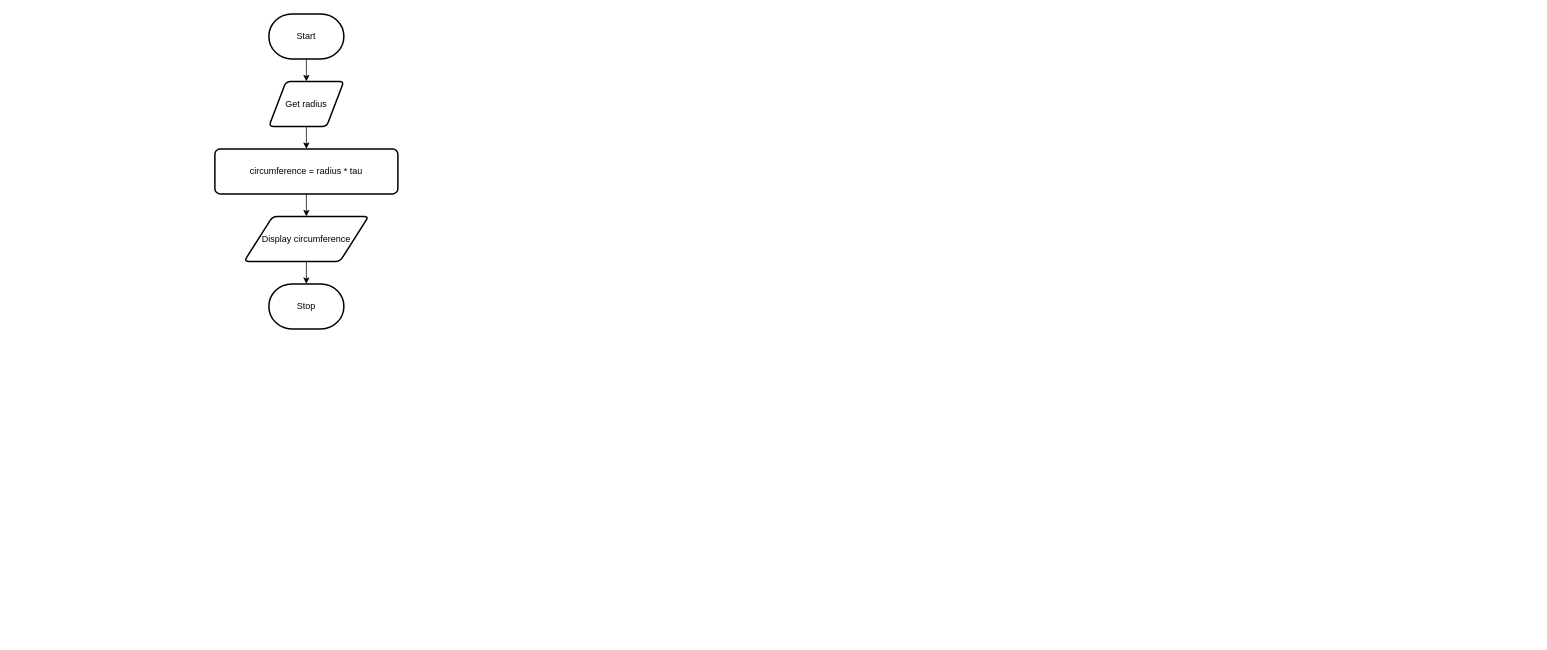
Samuel-Webster-178/ICS3U-Assignment-04-Python keeps this draw.io diagram as page "Flowchart" (1 of 2) of design.drawio. Above is the earlier version. Source tidied: cells renumbered, new cells numbered last; positions are measured from the earlier drawing's top-left corner, leaving out a move shared by most shapes. Both pictures are drawn from the tidied source at 75%, with x=0, y=0 at pixel (214, 14).
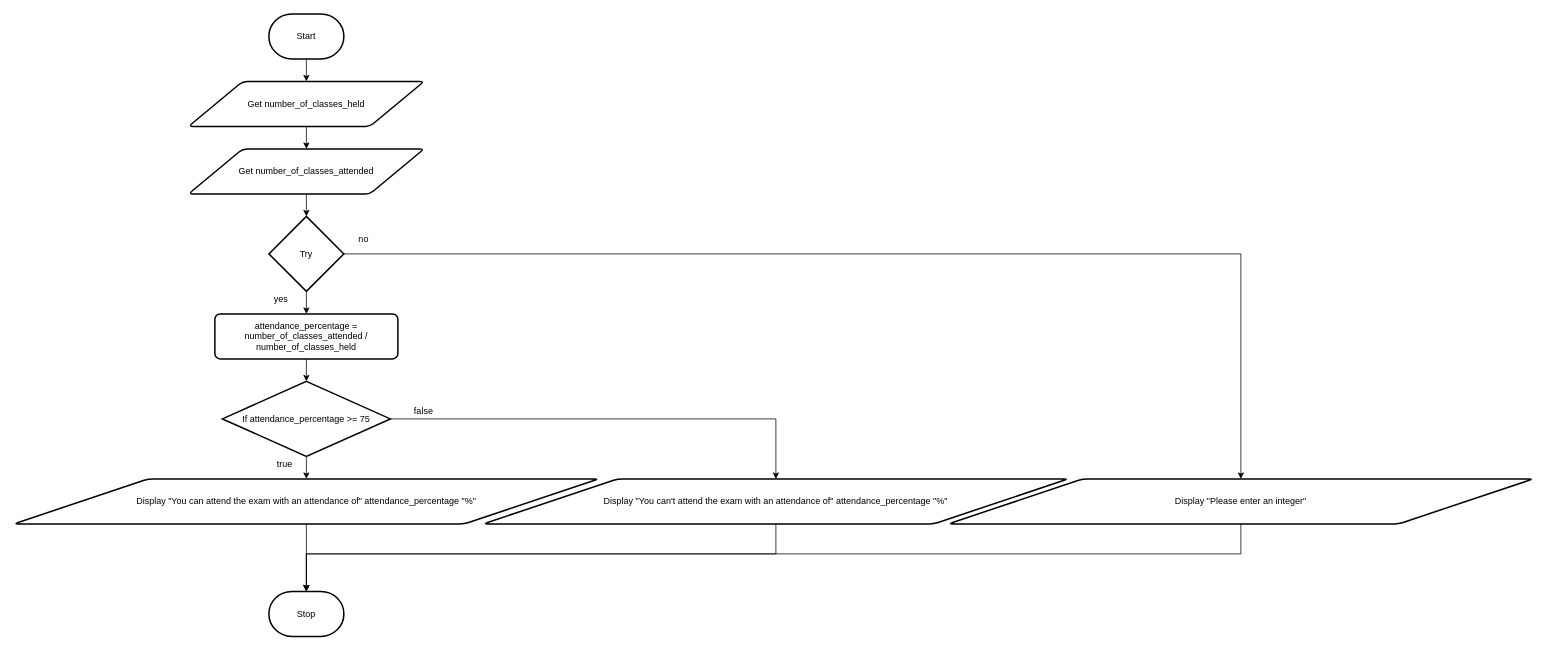
Above is the later version.

The edit, as a diff of the source:
```diff
@@
-    <mxCell id="4" style="edgeStyle=none;html=1;" parent="1" edge="1" source="5" target="7">
-      <mxGeometry relative="1" as="geometry" />
-    </mxCell>
+    <mxCell id="11" style="edgeStyle=orthogonalEdgeStyle;rounded=0;html=1;" parent="1" edge="1" source="5" target="14">
+      <mxGeometry relative="1" as="geometry" />
+    </mxCell>
-    <mxCell id="5" value="Get radius" style="shape=parallelogram;html=1;strokeWidth=2;perimeter=parallelogramPerimeter;whiteSpace=wrap;rounded=1;arcSize=12;size=0.23;" parent="1" vertex="1">
-      <mxGeometry x="72" y="90" width="100" height="60" as="geometry" />
+    <mxCell id="5" value="Get number_of_classes_held" style="shape=parallelogram;html=1;strokeWidth=2;perimeter=parallelogramPerimeter;whiteSpace=wrap;rounded=1;arcSize=12;size=0.23;" parent="1" vertex="1">
+      <mxGeometry x="-35" y="90" width="314" height="60" as="geometry" />
     </mxCell>
-    <mxCell id="6" style="edgeStyle=none;html=1;" parent="1" edge="1" source="7" target="9">
-      <mxGeometry relative="1" as="geometry" />
-    </mxCell>
+    <mxCell id="12" style="edgeStyle=orthogonalEdgeStyle;rounded=0;html=1;" parent="1" edge="1" source="7" target="20">
+      <mxGeometry relative="1" as="geometry" />
+    </mxCell>
-    <mxCell id="7" value="circumference = radius * tau" style="rounded=1;whiteSpace=wrap;html=1;absoluteArcSize=1;arcSize=14;strokeWidth=2;" parent="1" vertex="1">
-      <mxGeometry y="180" width="244" height="60" as="geometry" />
+    <mxCell id="7" value="attendance_percentage = number_of_classes_attended / number_of_classes_held" style="rounded=1;whiteSpace=wrap;html=1;absoluteArcSize=1;arcSize=14;strokeWidth=2;" parent="1" vertex="1">
+      <mxGeometry y="400" width="244" height="60" as="geometry" />
     </mxCell>
-    <mxCell id="8" style="edgeStyle=none;html=1;" parent="1" edge="1" source="9" target="10">
+    <mxCell id="8" style="edgeStyle=orthogonalEdgeStyle;rounded=0;html=1;entryX=0.5;entryY=0;entryDx=0;entryDy=0;entryPerimeter=0;" parent="1" edge="1" source="9" target="10">
       <mxGeometry relative="1" as="geometry" />
     </mxCell>
-    <mxCell id="9" value="Display circumference" style="shape=parallelogram;html=1;strokeWidth=2;perimeter=parallelogramPerimeter;whiteSpace=wrap;rounded=1;arcSize=12;size=0.23;" parent="1" vertex="1">
-      <mxGeometry x="39" y="270" width="166" height="60" as="geometry" />
+    <mxCell id="9" value="Display &quot;You can attend the exam with an attendance of&quot; attendance_percentage &quot;%&quot;" style="shape=parallelogram;html=1;strokeWidth=2;perimeter=parallelogramPerimeter;whiteSpace=wrap;rounded=1;arcSize=12;size=0.23;" parent="1" vertex="1">
+      <mxGeometry x="-268" y="620" width="780" height="60" as="geometry" />
     </mxCell>
     <mxCell id="10" value="Stop" style="strokeWidth=2;html=1;shape=mxgraph.flowchart.terminator;whiteSpace=wrap;" parent="1" vertex="1">
-      <mxGeometry x="72" y="360" width="100" height="60" as="geometry" />
+      <mxGeometry x="72" y="770" width="100" height="60" as="geometry" />
     </mxCell>
+    <mxCell id="13" style="edgeStyle=orthogonalEdgeStyle;rounded=0;html=1;" parent="1" edge="1" source="14" target="17">
+      <mxGeometry relative="1" as="geometry" />
+    </mxCell>
+    <mxCell id="14" value="Get number_of_classes_attended" style="shape=parallelogram;html=1;strokeWidth=2;perimeter=parallelogramPerimeter;whiteSpace=wrap;rounded=1;arcSize=12;size=0.23;" parent="1" vertex="1">
+      <mxGeometry x="-35" y="180" width="314" height="60" as="geometry" />
+    </mxCell>
+    <mxCell id="15" style="edgeStyle=orthogonalEdgeStyle;rounded=0;html=1;" parent="1" edge="1" source="17" target="7">
+      <mxGeometry relative="1" as="geometry" />
+    </mxCell>
+    <mxCell id="16" style="edgeStyle=orthogonalEdgeStyle;rounded=0;html=1;entryX=0.5;entryY=0;entryDx=0;entryDy=0;" parent="1" edge="1" source="17" target="24">
+      <mxGeometry relative="1" as="geometry" />
+    </mxCell>
+    <mxCell id="17" value="Try" style="strokeWidth=2;html=1;shape=mxgraph.flowchart.decision;whiteSpace=wrap;" parent="1" vertex="1">
+      <mxGeometry x="72" y="270" width="100" height="100" as="geometry" />
+    </mxCell>
+    <mxCell id="18" style="edgeStyle=orthogonalEdgeStyle;rounded=0;html=1;" parent="1" edge="1" source="20" target="9">
+      <mxGeometry relative="1" as="geometry" />
+    </mxCell>
+    <mxCell id="19" style="edgeStyle=orthogonalEdgeStyle;rounded=0;html=1;" parent="1" edge="1" source="20" target="22">
+      <mxGeometry relative="1" as="geometry" />
+    </mxCell>
+    <mxCell id="20" value="If attendance_percentage &amp;gt;= 75" style="strokeWidth=2;html=1;shape=mxgraph.flowchart.decision;whiteSpace=wrap;" parent="1" vertex="1">
+      <mxGeometry x="10" y="490" width="224" height="100" as="geometry" />
+    </mxCell>
+    <mxCell id="21" style="edgeStyle=orthogonalEdgeStyle;rounded=0;html=1;entryX=0.5;entryY=0;entryDx=0;entryDy=0;entryPerimeter=0;" parent="1" edge="1" source="22" target="10">
+      <mxGeometry relative="1" as="geometry">
+        <Array as="points">
+          <mxPoint x="748" y="720" />
+          <mxPoint x="122" y="720" />
+        </Array>
+      </mxGeometry>
+    </mxCell>
+    <mxCell id="22" value="Display &quot;You can't attend the exam with an attendance of&quot; attendance_percentage &quot;%&quot;" style="shape=parallelogram;html=1;strokeWidth=2;perimeter=parallelogramPerimeter;whiteSpace=wrap;rounded=1;arcSize=12;size=0.23;" parent="1" vertex="1">
+      <mxGeometry x="358" y="620" width="780" height="60" as="geometry" />
+    </mxCell>
+    <mxCell id="23" style="edgeStyle=orthogonalEdgeStyle;rounded=0;html=1;entryX=0.5;entryY=0;entryDx=0;entryDy=0;entryPerimeter=0;" parent="1" edge="1" source="24" target="10">
+      <mxGeometry relative="1" as="geometry">
+        <Array as="points">
+          <mxPoint x="1368" y="720" />
+          <mxPoint x="122" y="720" />
+        </Array>
+      </mxGeometry>
+    </mxCell>
+    <mxCell id="24" value="Display &quot;Please enter an integer&quot;" style="shape=parallelogram;html=1;strokeWidth=2;perimeter=parallelogramPerimeter;whiteSpace=wrap;rounded=1;arcSize=12;size=0.23;" parent="1" vertex="1">
+      <mxGeometry x="978" y="620" width="780" height="60" as="geometry" />
+    </mxCell>
+    <mxCell id="25" value="yes" style="text;html=1;align=center;verticalAlign=middle;strokeColor=none;fillColor=none;" parent="1" vertex="1">
+      <mxGeometry x="73" y="370" width="30" height="20" as="geometry" />
+    </mxCell>
+    <mxCell id="26" value="no" style="text;html=1;align=center;verticalAlign=middle;strokeColor=none;fillColor=none;" parent="1" vertex="1">
+      <mxGeometry x="183" y="290" width="30" height="20" as="geometry" />
+    </mxCell>
+    <mxCell id="27" value="true" style="text;html=1;align=center;verticalAlign=middle;strokeColor=none;fillColor=none;" parent="1" vertex="1">
+      <mxGeometry x="73" y="590" width="40" height="20" as="geometry" />
+    </mxCell>
+    <mxCell id="28" value="false" style="text;html=1;align=center;verticalAlign=middle;strokeColor=none;fillColor=none;" parent="1" vertex="1">
+      <mxGeometry x="258" y="520" width="40" height="20" as="geometry" />
+    </mxCell>
```
